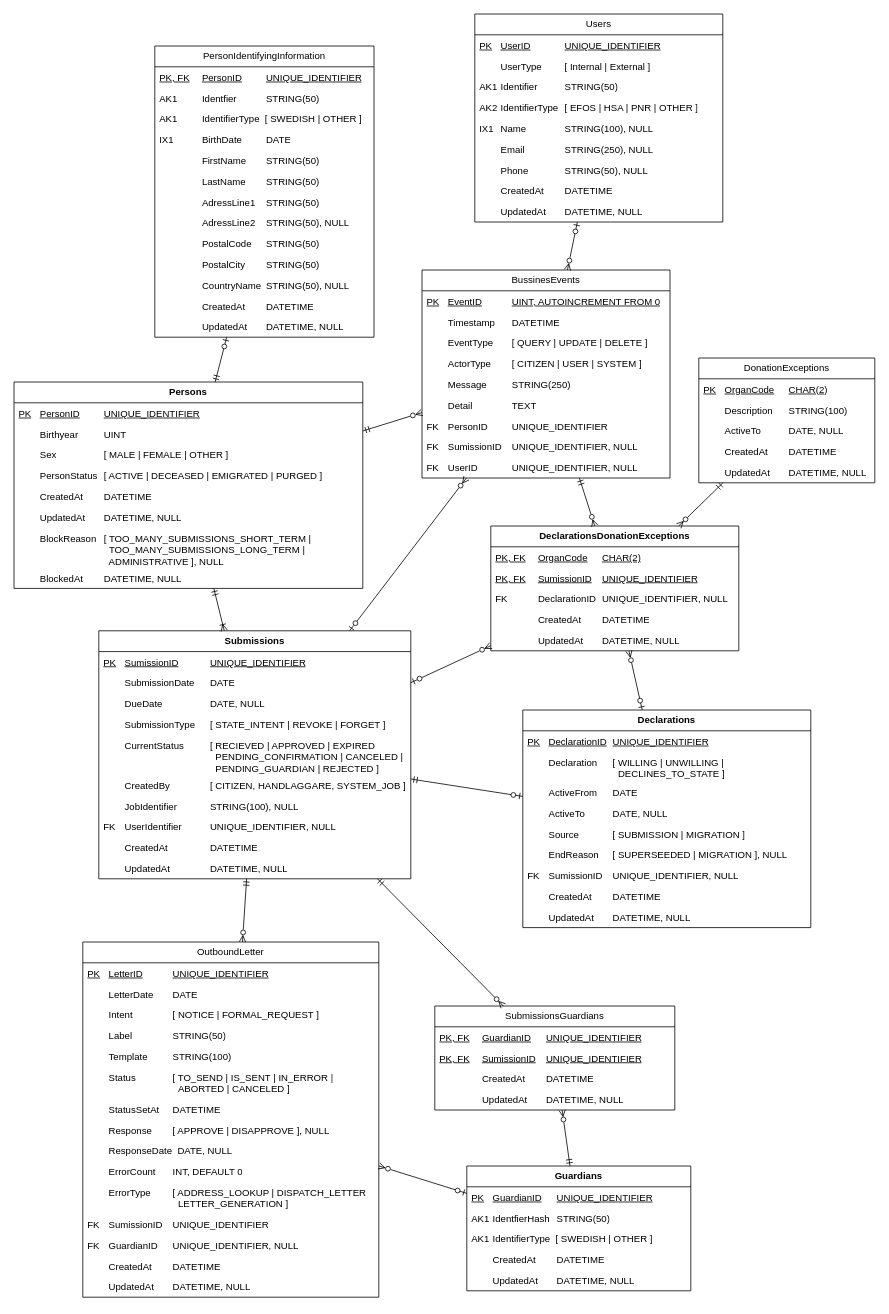
Above: page "Stående Logisk modell" (8 of 8) of Donationsregister.drawio in bhagqvist-consid/ICD11 (draw.io), before the change. Source tidied: cells renumbered, new cells numbered last; positions are measured from the earlier drawing's top-left corner, leaving out a move shared by most shapes. Both pictures are drawn from the tidied source at 80%, with x=0, y=0 at pixel (14, 14).
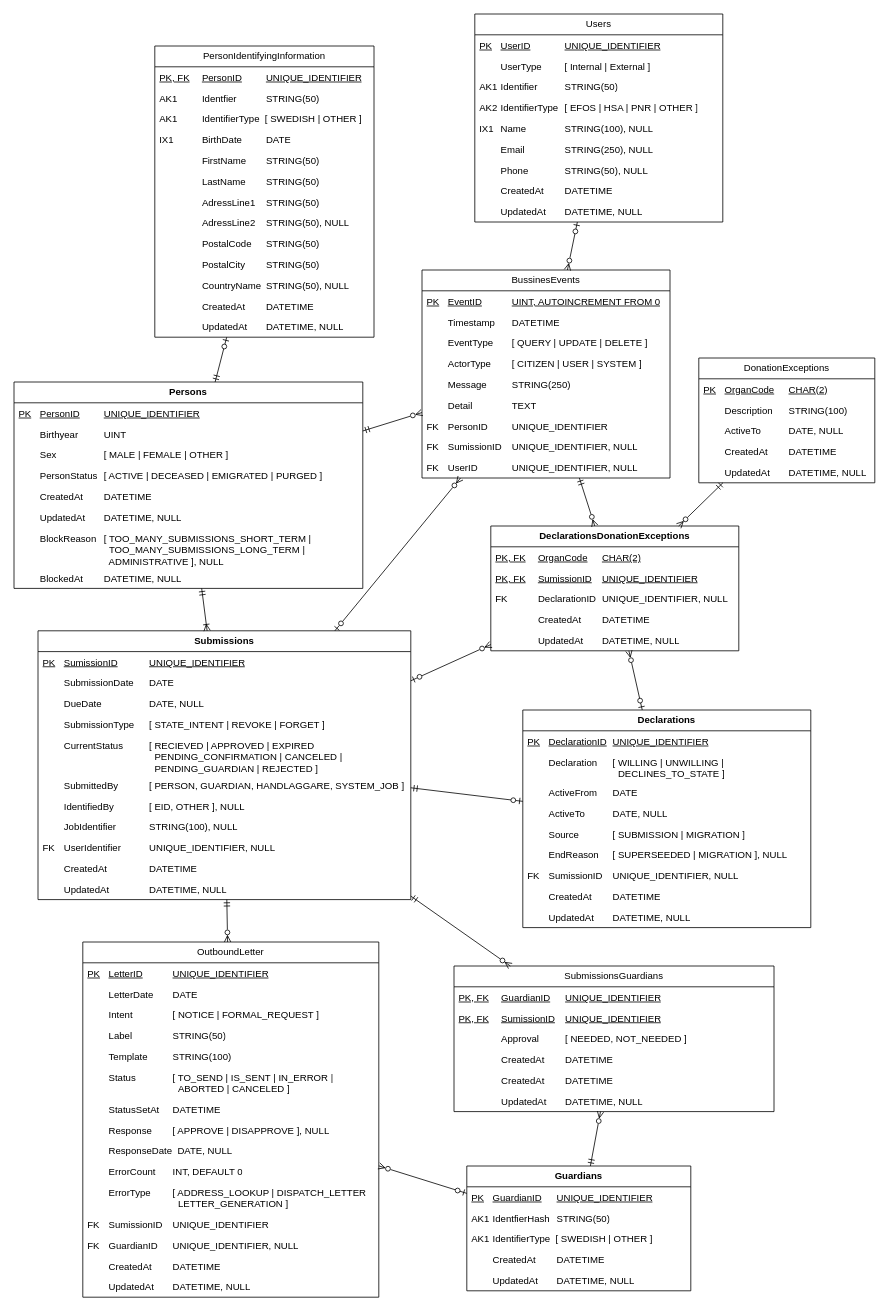
The same diagram, later.

What changed in the source:
```diff
@@
     <mxCell id="11" value="Submissions" style="swimlane;fontStyle=1;horizontal=1;startSize=26;fillColor=none;whiteSpace=wrap;html=1;" parent="1" vertex="1">
-      <mxGeometry x="106" y="771" width="390" height="310" as="geometry" />
+      <mxGeometry x="30" y="771" width="466" height="336" as="geometry" />
     </mxCell>
     <mxCell id="12" value="PK&lt;span style=&quot;white-space: pre;&quot;&gt;&#9;&lt;/span&gt;SumissionID&lt;span style=&quot;white-space: pre;&quot;&gt;&#9;&lt;/span&gt;&lt;span style=&quot;white-space: pre;&quot;&gt;&#9;&lt;/span&gt;UNIQUE_IDENTIFIER" style="text;strokeColor=none;fillColor=none;align=left;verticalAlign=top;spacingLeft=4;spacingRight=4;overflow=hidden;whiteSpace=wrap;html=1;fontStyle=4;" parent="11" vertex="1">
-      <mxGeometry y="26" width="390" height="26" as="geometry" />
+      <mxGeometry y="26" width="466" height="26" as="geometry" />
     </mxCell>
     <mxCell id="13" value="&lt;span style=&quot;white-space: pre;&quot;&gt;&#9;&lt;/span&gt;SubmissionDate&lt;span style=&quot;white-space: pre;&quot;&gt;&#9;&lt;/span&gt;DATE" style="text;strokeColor=none;fillColor=none;align=left;verticalAlign=top;spacingLeft=4;spacingRight=4;overflow=hidden;whiteSpace=wrap;html=1;" parent="11" vertex="1">
-      <mxGeometry y="52" width="390" height="26" as="geometry" />
+      <mxGeometry y="52" width="466" height="26" as="geometry" />
     </mxCell>
     <mxCell id="14" value="&lt;span style=&quot;white-space: pre;&quot;&gt;&#9;&lt;/span&gt;DueDate&lt;span style=&quot;white-space: pre;&quot;&gt;&#9;&lt;/span&gt;&lt;span style=&quot;white-space: pre;&quot;&gt;&#9;&lt;/span&gt;&lt;span style=&quot;white-space: pre;&quot;&gt;&#9;&lt;/span&gt;DATE, NULL" style="text;strokeColor=none;fillColor=none;align=left;verticalAlign=top;spacingLeft=4;spacingRight=4;overflow=hidden;whiteSpace=wrap;html=1;" parent="11" vertex="1">
-      <mxGeometry y="78" width="390" height="26" as="geometry" />
+      <mxGeometry y="78" width="466" height="26" as="geometry" />
     </mxCell>
     <mxCell id="15" value="&lt;span style=&quot;white-space: pre;&quot;&gt;&#9;&lt;/span&gt;SubmissionType&lt;span style=&quot;white-space: pre;&quot;&gt;&#9;&lt;/span&gt;[ STATE_INTENT | REVOKE | FORGET ]" style="text;strokeColor=none;fillColor=none;align=left;verticalAlign=top;spacingLeft=4;spacingRight=4;overflow=hidden;whiteSpace=wrap;html=1;" parent="11" vertex="1">
-      <mxGeometry y="104" width="390" height="26" as="geometry" />
+      <mxGeometry y="104" width="466" height="26" as="geometry" />
     </mxCell>
     <mxCell id="16" value="&lt;span style=&quot;white-space: pre;&quot;&gt;&#9;&lt;/span&gt;CurrentStatus&lt;span style=&quot;white-space: pre;&quot;&gt;&#9;&lt;span style=&quot;white-space: pre;&quot;&gt;&#9;&lt;/span&gt;&lt;/span&gt;[ RECIEVED | APPROVED | EXPIRED&lt;br&gt;&lt;span style=&quot;white-space: pre;&quot;&gt;&lt;span style=&quot;white-space: pre;&quot;&gt;&#9;&lt;/span&gt;&#9;&lt;/span&gt;&lt;span style=&quot;white-space: pre;&quot;&gt;&#9;&lt;/span&gt;&lt;span style=&quot;white-space: pre;&quot;&gt;&#9;&lt;/span&gt;&lt;span style=&quot;white-space: pre;&quot;&gt;&#9;&lt;/span&gt;&amp;nbsp;&amp;nbsp;PENDING_CONFIRMATION | CANCELED |&lt;br&gt;&lt;span style=&quot;white-space: pre;&quot;&gt;&lt;span style=&quot;white-space: pre;&quot;&gt;&#9;&lt;/span&gt;&#9;&lt;/span&gt;&lt;span style=&quot;white-space: pre;&quot;&gt;&#9;&lt;/span&gt;&lt;span style=&quot;white-space: pre;&quot;&gt;&#9;&lt;/span&gt;&lt;span style=&quot;white-space: pre;&quot;&gt;&#9;&lt;/span&gt;&amp;nbsp; PENDING_GUARDIAN | REJECTED ]" style="text;strokeColor=none;fillColor=none;align=left;verticalAlign=top;spacingLeft=4;spacingRight=4;overflow=hidden;whiteSpace=wrap;html=1;" parent="11" vertex="1">
-      <mxGeometry y="130" width="390" height="50" as="geometry" />
+      <mxGeometry y="130" width="466" height="50" as="geometry" />
     </mxCell>
-    <mxCell id="17" value="&lt;span style=&quot;white-space: pre;&quot;&gt;&#9;&lt;/span&gt;CreatedBy&lt;span style=&quot;white-space: pre;&quot;&gt;&#9;&lt;/span&gt;&lt;span style=&quot;white-space: pre;&quot;&gt;&#9;&lt;/span&gt;[ CITIZEN, HANDLAGGARE, SYSTEM_JOB ]" style="text;strokeColor=none;fillColor=none;align=left;verticalAlign=top;spacingLeft=4;spacingRight=4;overflow=hidden;whiteSpace=wrap;html=1;" parent="11" vertex="1">
-      <mxGeometry y="180" width="390" height="26" as="geometry" />
+    <mxCell id="17" value="&lt;span style=&quot;white-space: pre;&quot;&gt;&#9;&lt;/span&gt;SubmittedBy&lt;span style=&quot;white-space: pre;&quot;&gt;&#9;&lt;/span&gt;&lt;span style=&quot;white-space: pre;&quot;&gt;&#9;&lt;/span&gt;[ PERSON, GUARDIAN, HANDLAGGARE, SYSTEM_JOB ]" style="text;strokeColor=none;fillColor=none;align=left;verticalAlign=top;spacingLeft=4;spacingRight=4;overflow=hidden;whiteSpace=wrap;html=1;" parent="11" vertex="1">
+      <mxGeometry y="180" width="466" height="26" as="geometry" />
     </mxCell>
+    <mxCell id="119" value="&lt;span style=&quot;white-space: pre;&quot;&gt;&#9;&lt;/span&gt;IdentifiedBy&lt;span style=&quot;white-space: pre;&quot;&gt;&#9;&lt;/span&gt;&lt;span style=&quot;white-space: pre;&quot;&gt;&#9;&lt;/span&gt;[ EID, OTHER ], NULL" style="text;strokeColor=none;fillColor=none;align=left;verticalAlign=top;spacingLeft=4;spacingRight=4;overflow=hidden;whiteSpace=wrap;html=1;" parent="11" vertex="1">
+      <mxGeometry y="206" width="466" height="26" as="geometry" />
+    </mxCell>
     <mxCell id="18" value="&lt;span style=&quot;white-space: pre;&quot;&gt;&#9;&lt;/span&gt;JobIdentifier&lt;span style=&quot;white-space: pre;&quot;&gt;&#9;&lt;/span&gt;&lt;span style=&quot;white-space: pre;&quot;&gt;&#9;&lt;/span&gt;STRING(100), NULL" style="text;strokeColor=none;fillColor=none;align=left;verticalAlign=top;spacingLeft=4;spacingRight=4;overflow=hidden;whiteSpace=wrap;html=1;" parent="11" vertex="1">
-      <mxGeometry y="206" width="390" height="26" as="geometry" />
+      <mxGeometry y="232" width="466" height="26" as="geometry" />
     </mxCell>
     <mxCell id="19" value="FK&lt;span style=&quot;white-space: pre;&quot;&gt;&#9;&lt;/span&gt;UserIdentifier&lt;span style=&quot;white-space: pre;&quot;&gt;&#9;&lt;/span&gt;&lt;span style=&quot;white-space: pre;&quot;&gt;&#9;&lt;/span&gt;UNIQUE_IDENTIFIER, NULL" style="text;strokeColor=none;fillColor=none;align=left;verticalAlign=top;spacingLeft=4;spacingRight=4;overflow=hidden;whiteSpace=wrap;html=1;" parent="11" vertex="1">
-      <mxGeometry y="232" width="390" height="26" as="geometry" />
+      <mxGeometry y="258" width="466" height="26" as="geometry" />
     </mxCell>
     <mxCell id="20" value="&lt;span style=&quot;white-space: pre;&quot;&gt;&#9;&lt;/span&gt;CreatedAt&amp;nbsp; &lt;span style=&quot;white-space: pre;&quot;&gt;&#9;&lt;/span&gt;&lt;span style=&quot;white-space: pre;&quot;&gt;&#9;&lt;/span&gt;DATETIME" style="text;strokeColor=none;fillColor=none;align=left;verticalAlign=top;spacingLeft=4;spacingRight=4;overflow=hidden;whiteSpace=wrap;html=1;" parent="11" vertex="1">
-      <mxGeometry y="258" width="390" height="26" as="geometry" />
+      <mxGeometry y="284" width="466" height="26" as="geometry" />
     </mxCell>
     <mxCell id="21" value="&lt;span style=&quot;white-space: pre;&quot;&gt;&#9;&lt;/span&gt;UpdatedAt&amp;nbsp; &lt;span style=&quot;white-space: pre;&quot;&gt;&#9;&lt;/span&gt;&lt;span style=&quot;white-space: pre;&quot;&gt;&#9;&lt;/span&gt;DATETIME, NULL" style="text;strokeColor=none;fillColor=none;align=left;verticalAlign=top;spacingLeft=4;spacingRight=4;overflow=hidden;whiteSpace=wrap;html=1;" parent="11" vertex="1">
-      <mxGeometry y="284" width="390" height="26" as="geometry" />
+      <mxGeometry y="310" width="466" height="26" as="geometry" />
     </mxCell>
@@
     <mxCell id="100" value="SubmissionsGuardians" style="swimlane;fontStyle=0;horizontal=1;startSize=26;fillColor=none;whiteSpace=wrap;html=1;" parent="1" vertex="1">
-      <mxGeometry x="526" y="1240" width="300" height="130" as="geometry" />
+      <mxGeometry x="550" y="1190" width="400" height="182" as="geometry" />
     </mxCell>
     <mxCell id="101" value="PK, FK&lt;span style=&quot;white-space: pre;&quot;&gt;&#9;&lt;/span&gt;GuardianID&lt;span style=&quot;white-space: pre;&quot;&gt;&#9;&lt;/span&gt;UNIQUE_IDENTIFIER" style="text;strokeColor=none;fillColor=none;align=left;verticalAlign=top;spacingLeft=4;spacingRight=4;overflow=hidden;whiteSpace=wrap;html=1;fontStyle=4;" parent="100" vertex="1">
-      <mxGeometry y="26" width="300" height="26" as="geometry" />
+      <mxGeometry y="26" width="400" height="26" as="geometry" />
     </mxCell>
     <mxCell id="102" value="PK, FK&lt;span style=&quot;white-space: pre;&quot;&gt;&#9;&lt;/span&gt;SumissionID&lt;span style=&quot;white-space: pre;&quot;&gt;&#9;&lt;/span&gt;UNIQUE_IDENTIFIER" style="text;strokeColor=none;fillColor=none;align=left;verticalAlign=top;spacingLeft=4;spacingRight=4;overflow=hidden;whiteSpace=wrap;html=1;fontStyle=4;" parent="100" vertex="1">
-      <mxGeometry y="52" width="300" height="26" as="geometry" />
+      <mxGeometry y="52" width="400" height="26" as="geometry" />
     </mxCell>
+    <mxCell id="120" value="&lt;span style=&quot;white-space: pre;&quot;&gt;&lt;span style=&quot;white-space: pre;&quot;&gt;&#9;&lt;/span&gt;&#9;&lt;/span&gt;Approval&amp;nbsp;&amp;nbsp;&lt;span style=&quot;white-space: pre;&quot;&gt;&#9;&lt;/span&gt;[ NEEDED, NOT_NEEDED ]" style="text;strokeColor=none;fillColor=none;align=left;verticalAlign=top;spacingLeft=4;spacingRight=4;overflow=hidden;whiteSpace=wrap;html=1;" parent="100" vertex="1">
+      <mxGeometry y="78" width="400" height="26" as="geometry" />
+    </mxCell>
+    <mxCell id="121" value="&lt;span style=&quot;white-space: pre;&quot;&gt;&lt;span style=&quot;white-space: pre;&quot;&gt;&#9;&lt;/span&gt;&#9;&lt;/span&gt;CreatedAt&amp;nbsp; &lt;span style=&quot;white-space: pre;&quot;&gt;&#9;&lt;/span&gt;DATETIME" style="text;strokeColor=none;fillColor=none;align=left;verticalAlign=top;spacingLeft=4;spacingRight=4;overflow=hidden;whiteSpace=wrap;html=1;" parent="100" vertex="1">
+      <mxGeometry y="104" width="400" height="26" as="geometry" />
+    </mxCell>
     <mxCell id="103" value="&lt;span style=&quot;white-space: pre;&quot;&gt;&lt;span style=&quot;white-space: pre;&quot;&gt;&#9;&lt;/span&gt;&#9;&lt;/span&gt;CreatedAt&amp;nbsp; &lt;span style=&quot;white-space: pre;&quot;&gt;&#9;&lt;/span&gt;DATETIME" style="text;strokeColor=none;fillColor=none;align=left;verticalAlign=top;spacingLeft=4;spacingRight=4;overflow=hidden;whiteSpace=wrap;html=1;" parent="100" vertex="1">
-      <mxGeometry y="78" width="300" height="26" as="geometry" />
+      <mxGeometry y="130" width="400" height="26" as="geometry" />
     </mxCell>
     <mxCell id="104" value="&lt;span style=&quot;white-space: pre;&quot;&gt;&lt;span style=&quot;white-space: pre;&quot;&gt;&#9;&lt;/span&gt;&#9;&lt;/span&gt;UpdatedAt&amp;nbsp; &lt;span style=&quot;white-space: pre;&quot;&gt;&#9;&lt;/span&gt;DATETIME, NULL" style="text;strokeColor=none;fillColor=none;align=left;verticalAlign=top;spacingLeft=4;spacingRight=4;overflow=hidden;whiteSpace=wrap;html=1;" parent="100" vertex="1">
-      <mxGeometry y="104" width="300" height="26" as="geometry" />
+      <mxGeometry y="156" width="400" height="26" as="geometry" />
     </mxCell>
```
